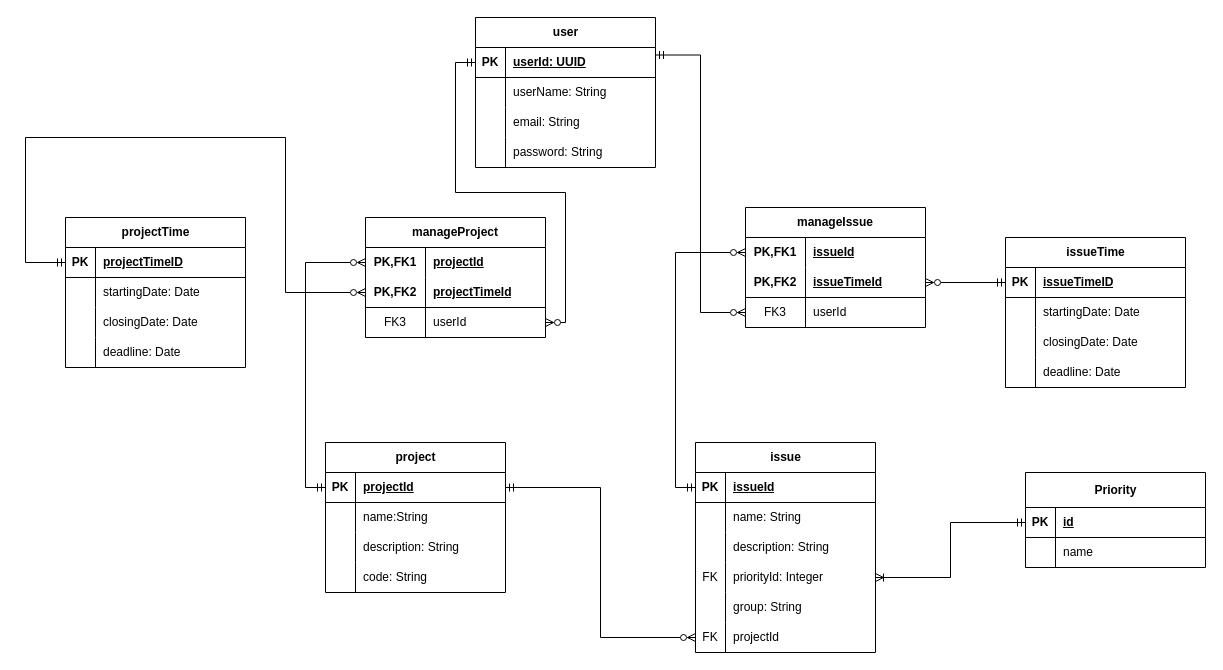
Above: images/schema.drawio in andrevier/issue_tracker (draw.io), before the change. Source tidied: cells renumbered, new cells numbered last; positions are measured from the earlier drawing's top-left corner, leaving out a move shared by most shapes. Both pictures are drawn from the tidied source at 100%, with x=0, y=0 at pixel (25, 17).
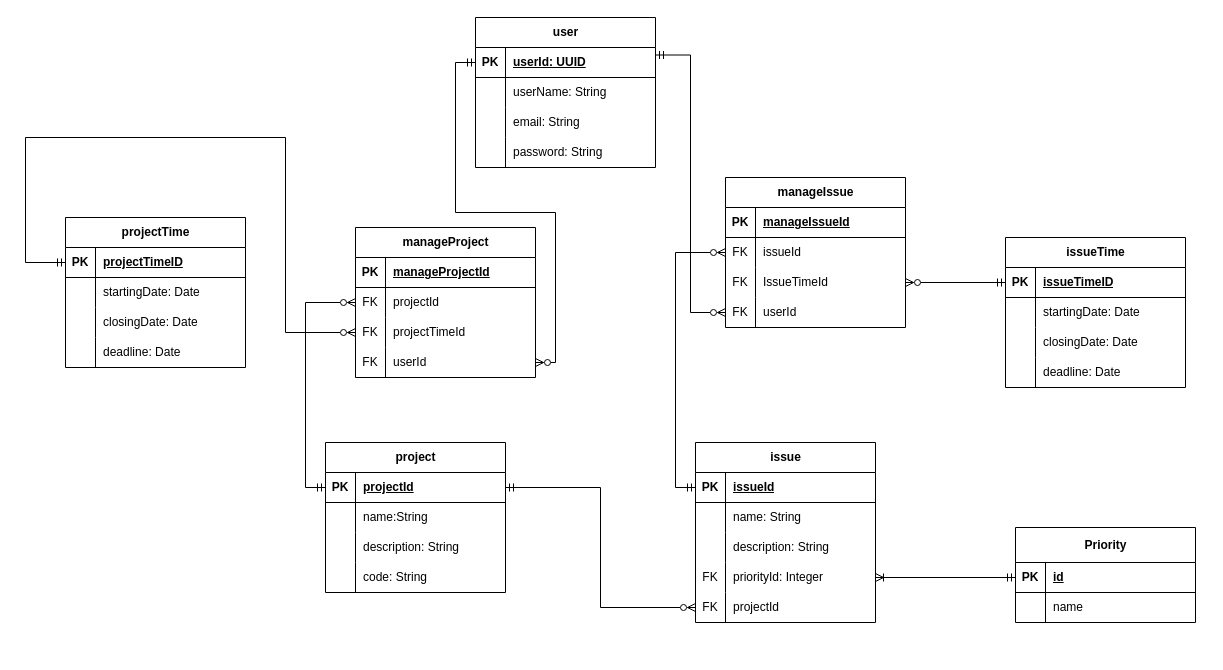
Above is the later version.

The change refers to these unchanged cells:
```xml
<mxCell id="2" value="user" style="shape=table;startSize=30;childLayout=tableLayout;rowLines=0;fontStyle=1;align=center;html=1;" parent="1" vertex="1">
  <mxGeometry x="450" width="180" height="150" as="geometry" />
</mxCell>
<mxCell id="3" style="shape=tableRow;horizontal=0;startSize=0;swimlaneHead=0;swimlaneBody=0;fillColor=none;points=[[0,0.5],[1,0.5]];portConstraint=eastwest;top=0;left=0;right=0;bottom=1;" parent="2" vertex="1">
  <mxGeometry y="30" width="180" height="30" as="geometry" />
</mxCell>
<mxCell id="16" style="shape=tableRow;horizontal=0;startSize=0;swimlaneHead=0;swimlaneBody=0;fillColor=none;points=[[0,0.5],[1,0.5]];portConstraint=eastwest;top=0;left=0;right=0;bottom=1;" parent="15" vertex="1">
  <mxGeometry y="30" width="180" height="30" as="geometry" />
</mxCell>
<mxCell id="29" style="shape=tableRow;horizontal=0;startSize=0;swimlaneHead=0;swimlaneBody=0;fillColor=none;points=[[0,0.5],[1,0.5]];portConstraint=eastwest;top=0;left=0;right=0;bottom=1;" parent="28" vertex="1">
  <mxGeometry y="30" width="180" height="30" as="geometry" />
</mxCell>
<mxCell id="48" style="shape=tableRow;horizontal=0;startSize=0;swimlaneHead=0;swimlaneBody=0;fillColor=none;points=[[0,0.5],[1,0.5]];portConstraint=eastwest;top=0;left=0;right=0;bottom=1;" parent="47" vertex="1">
  <mxGeometry y="30" width="180" height="30" as="geometry" />
</mxCell>
<mxCell id="61" style="shape=tableRow;horizontal=0;startSize=0;swimlaneHead=0;swimlaneBody=0;fillColor=none;points=[[0,0.5],[1,0.5]];portConstraint=eastwest;top=0;left=0;right=0;bottom=1;" parent="60" vertex="1">
  <mxGeometry y="30" width="180" height="30" as="geometry" />
</mxCell>
```

Change to the diagram source:
```diff
@@
     <mxCell id="28" value="issue" style="shape=table;startSize=30;childLayout=tableLayout;rowLines=0;fontStyle=1;align=center;html=1;" parent="1" vertex="1">
-      <mxGeometry x="670" y="425" width="180" height="210" as="geometry" />
+      <mxGeometry x="670" y="425" width="180" height="180" as="geometry" />
     </mxCell>
@@
-    <mxCell id="41" style="shape=tableRow;horizontal=0;startSize=0;swimlaneHead=0;swimlaneBody=0;fillColor=none;top=0;left=0;right=0;bottom=0;" parent="28" vertex="1">
-      <mxGeometry y="150" width="180" height="30" as="geometry" />
-    </mxCell>
-    <mxCell id="42" style="shape=partialRectangle;fillColor=none;top=0;left=0;bottom=0;right=0;overflow=hidden;whiteSpace=wrap;html=1;" parent="41" vertex="1">
-      <mxGeometry width="30" height="30" as="geometry" />
-    </mxCell>
-    <mxCell id="43" value="group: String" style="shape=partialRectangle;fillColor=none;top=0;left=0;bottom=0;right=0;align=left;spacingLeft=6;overflow=hidden;whiteSpace=wrap;html=1;" parent="41" vertex="1">
-      <mxGeometry x="30" width="150" height="30" as="geometry" />
-    </mxCell>
     <mxCell id="44" style="shape=tableRow;horizontal=0;startSize=0;swimlaneHead=0;swimlaneBody=0;fillColor=none;points=[[0,0.5],[1,0.5]];portConstraint=eastwest;top=0;left=0;right=0;bottom=0;" parent="28" vertex="1">
-      <mxGeometry y="180" width="180" height="30" as="geometry" />
+      <mxGeometry y="150" width="180" height="30" as="geometry" />
     </mxCell>
@@
-    <mxCell id="74" value="manageIssue" style="shape=table;startSize=30;childLayout=tableLayout;rowLines=0;fontStyle=1;align=center;html=1;whiteSpace=wrap;" parent="1" vertex="1">
-      <mxGeometry x="720" y="190" width="180" height="120" as="geometry" />
-    </mxCell>
-    <mxCell id="75" style="shape=tableRow;horizontal=0;startSize=0;swimlaneHead=0;swimlaneBody=0;fillColor=none;points=[[0,0.5],[1,0.5]];portConstraint=eastwest;top=0;left=0;right=0;bottom=0;html=1;" parent="74" vertex="1">
-      <mxGeometry y="30" width="180" height="30" as="geometry" />
-    </mxCell>
-    <mxCell id="76" value="PK,FK1" style="shape=partialRectangle;fillColor=none;top=0;left=0;bottom=0;right=0;fontStyle=1;overflow=hidden;html=1;whiteSpace=wrap;" parent="75" vertex="1">
-      <mxGeometry width="60" height="30" as="geometry" />
-    </mxCell>
-    <mxCell id="77" value="issueId" style="shape=partialRectangle;fillColor=none;top=0;left=0;bottom=0;right=0;align=left;spacingLeft=6;fontStyle=5;overflow=hidden;html=1;whiteSpace=wrap;" parent="75" vertex="1">
-      <mxGeometry x="60" width="120" height="30" as="geometry" />
-    </mxCell>
-    <mxCell id="78" style="shape=tableRow;horizontal=0;startSize=0;swimlaneHead=0;swimlaneBody=0;fillColor=none;points=[[0,0.5],[1,0.5]];portConstraint=eastwest;top=0;left=0;right=0;bottom=1;html=1;" parent="74" vertex="1">
-      <mxGeometry y="60" width="180" height="30" as="geometry" />
-    </mxCell>
-    <mxCell id="79" value="PK,FK2" style="shape=partialRectangle;fillColor=none;top=0;left=0;bottom=0;right=0;fontStyle=1;overflow=hidden;html=1;whiteSpace=wrap;" parent="78" vertex="1">
-      <mxGeometry width="60" height="30" as="geometry" />
-    </mxCell>
-    <mxCell id="80" value="issueTimeId" style="shape=partialRectangle;fillColor=none;top=0;left=0;bottom=0;right=0;align=left;spacingLeft=6;fontStyle=5;overflow=hidden;html=1;whiteSpace=wrap;" parent="78" vertex="1">
-      <mxGeometry x="60" width="120" height="30" as="geometry" />
-    </mxCell>
-    <mxCell id="81" style="shape=tableRow;horizontal=0;startSize=0;swimlaneHead=0;swimlaneBody=0;fillColor=none;points=[[0,0.5],[1,0.5]];portConstraint=eastwest;top=0;left=0;right=0;bottom=0;html=1;" parent="74" vertex="1">
-      <mxGeometry y="90" width="180" height="30" as="geometry" />
-    </mxCell>
-    <mxCell id="82" value="FK3" style="shape=partialRectangle;fillColor=none;top=0;left=0;bottom=0;right=0;overflow=hidden;html=1;whiteSpace=wrap;" parent="81" vertex="1">
-      <mxGeometry width="60" height="30" as="geometry" />
-    </mxCell>
-    <mxCell id="83" value="userId" style="shape=partialRectangle;fillColor=none;top=0;left=0;bottom=0;right=0;align=left;spacingLeft=6;overflow=hidden;html=1;whiteSpace=wrap;" parent="81" vertex="1">
-      <mxGeometry x="60" width="120" height="30" as="geometry" />
-    </mxCell>
-    <mxCell id="84" style="edgeStyle=orthogonalEdgeStyle;rounded=0;jettySize=auto;html=1;endArrow=ERmandOne;endFill=0;startArrow=ERzeroToMany;startFill=0;" parent="1" edge="1" source="78" target="48">
+    <mxCell id="84" style="edgeStyle=orthogonalEdgeStyle;rounded=0;jettySize=auto;html=1;endArrow=ERmandOne;endFill=0;startArrow=ERzeroToMany;startFill=0;exitX=1;exitY=0.5;exitDx=0;exitDy=0;" parent="1" edge="1" source="123" target="48">
       <mxGeometry relative="1" as="geometry" />
     </mxCell>
-    <mxCell id="85" style="edgeStyle=orthogonalEdgeStyle;rounded=0;jettySize=auto;html=1;entryX=0;entryY=0.5;entryDx=0;entryDy=0;endArrow=ERmandOne;endFill=0;startArrow=ERzeroToMany;startFill=0;" parent="1" edge="1" source="75" target="29">
+    <mxCell id="85" style="edgeStyle=orthogonalEdgeStyle;rounded=0;jettySize=auto;html=1;entryX=0;entryY=0.5;entryDx=0;entryDy=0;endArrow=ERmandOne;endFill=0;startArrow=ERzeroToMany;startFill=0;" parent="1" edge="1" source="121" target="29">
       <mxGeometry relative="1" as="geometry" />
     </mxCell>
-    <mxCell id="86" style="edgeStyle=orthogonalEdgeStyle;rounded=0;jettySize=auto;html=1;entryX=1;entryY=0.25;entryDx=0;entryDy=0;endArrow=ERmandOne;endFill=0;startArrow=ERzeroToMany;startFill=0;" parent="1" edge="1" source="81" target="2">
+    <mxCell id="86" style="edgeStyle=orthogonalEdgeStyle;rounded=0;jettySize=auto;html=1;entryX=1;entryY=0.25;entryDx=0;entryDy=0;endArrow=ERmandOne;endFill=0;startArrow=ERzeroToMany;startFill=0;exitX=0;exitY=0.5;exitDx=0;exitDy=0;" parent="1" edge="1" source="126" target="2">
       <mxGeometry relative="1" as="geometry" />
     </mxCell>
-    <mxCell id="87" value="manageProject" style="shape=table;startSize=30;childLayout=tableLayout;rowLines=0;fontStyle=1;align=center;html=1;whiteSpace=wrap;" parent="1" vertex="1">
-      <mxGeometry x="340" y="200" width="180" height="120" as="geometry" />
-    </mxCell>
-    <mxCell id="88" style="shape=tableRow;horizontal=0;startSize=0;swimlaneHead=0;swimlaneBody=0;fillColor=none;points=[[0,0.5],[1,0.5]];portConstraint=eastwest;top=0;left=0;right=0;bottom=0;html=1;" parent="87" vertex="1">
-      <mxGeometry y="30" width="180" height="30" as="geometry" />
-    </mxCell>
-    <mxCell id="89" value="PK,FK1" style="shape=partialRectangle;fillColor=none;top=0;left=0;bottom=0;right=0;fontStyle=1;overflow=hidden;html=1;whiteSpace=wrap;" parent="88" vertex="1">
-      <mxGeometry width="60" height="30" as="geometry" />
-    </mxCell>
-    <mxCell id="90" value="projectId" style="shape=partialRectangle;fillColor=none;top=0;left=0;bottom=0;right=0;align=left;spacingLeft=6;fontStyle=5;overflow=hidden;html=1;whiteSpace=wrap;" parent="88" vertex="1">
-      <mxGeometry x="60" width="120" height="30" as="geometry" />
-    </mxCell>
-    <mxCell id="91" style="shape=tableRow;horizontal=0;startSize=0;swimlaneHead=0;swimlaneBody=0;fillColor=none;points=[[0,0.5],[1,0.5]];portConstraint=eastwest;top=0;left=0;right=0;bottom=1;html=1;" parent="87" vertex="1">
-      <mxGeometry y="60" width="180" height="30" as="geometry" />
-    </mxCell>
-    <mxCell id="92" value="PK,FK2" style="shape=partialRectangle;fillColor=none;top=0;left=0;bottom=0;right=0;fontStyle=1;overflow=hidden;html=1;whiteSpace=wrap;" parent="91" vertex="1">
-      <mxGeometry width="60" height="30" as="geometry" />
-    </mxCell>
-    <mxCell id="93" value="projectTimeId" style="shape=partialRectangle;fillColor=none;top=0;left=0;bottom=0;right=0;align=left;spacingLeft=6;fontStyle=5;overflow=hidden;html=1;whiteSpace=wrap;" parent="91" vertex="1">
-      <mxGeometry x="60" width="120" height="30" as="geometry" />
-    </mxCell>
-    <mxCell id="94" style="shape=tableRow;horizontal=0;startSize=0;swimlaneHead=0;swimlaneBody=0;fillColor=none;points=[[0,0.5],[1,0.5]];portConstraint=eastwest;top=0;left=0;right=0;bottom=0;html=1;" parent="87" vertex="1">
-      <mxGeometry y="90" width="180" height="30" as="geometry" />
-    </mxCell>
-    <mxCell id="95" value="FK3" style="shape=partialRectangle;fillColor=none;top=0;left=0;bottom=0;right=0;overflow=hidden;html=1;whiteSpace=wrap;" parent="94" vertex="1">
-      <mxGeometry width="60" height="30" as="geometry" />
-    </mxCell>
-    <mxCell id="96" value="userId" style="shape=partialRectangle;fillColor=none;top=0;left=0;bottom=0;right=0;align=left;spacingLeft=6;overflow=hidden;html=1;whiteSpace=wrap;" parent="94" vertex="1">
-      <mxGeometry x="60" width="120" height="30" as="geometry" />
-    </mxCell>
-    <mxCell id="97" style="edgeStyle=orthogonalEdgeStyle;rounded=0;jettySize=auto;html=1;entryX=0;entryY=0.5;entryDx=0;entryDy=0;startArrow=ERzeroToMany;startFill=0;endArrow=ERmandOne;endFill=0;" parent="1" edge="1" source="88" target="16">
+    <mxCell id="97" style="edgeStyle=orthogonalEdgeStyle;rounded=0;jettySize=auto;html=1;entryX=0;entryY=0.5;entryDx=0;entryDy=0;startArrow=ERzeroToMany;startFill=0;endArrow=ERmandOne;endFill=0;exitX=0;exitY=0.5;exitDx=0;exitDy=0;" parent="1" edge="1" source="111" target="16">
       <mxGeometry relative="1" as="geometry" />
     </mxCell>
-    <mxCell id="98" style="edgeStyle=orthogonalEdgeStyle;rounded=0;jettySize=auto;html=1;entryX=0;entryY=0.5;entryDx=0;entryDy=0;startArrow=ERzeroToMany;startFill=0;endArrow=ERmandOne;endFill=0;" parent="1" edge="1" source="91" target="61">
+    <mxCell id="98" style="edgeStyle=orthogonalEdgeStyle;rounded=0;jettySize=auto;html=1;entryX=0;entryY=0.5;entryDx=0;entryDy=0;startArrow=ERzeroToMany;startFill=0;endArrow=ERmandOne;endFill=0;" parent="1" edge="1" source="113" target="61">
       <mxGeometry relative="1" as="geometry">
         <Array as="points">
-          <mxPoint x="260" y="275" />
+          <mxPoint x="260" y="315" />
           <mxPoint x="260" y="120" />
           <mxPoint y="120" />
           <mxPoint y="245" />
         </Array>
       </mxGeometry>
     </mxCell>
-    <mxCell id="99" style="edgeStyle=orthogonalEdgeStyle;rounded=0;jettySize=auto;html=1;entryX=0;entryY=0.5;entryDx=0;entryDy=0;endArrow=ERmandOne;endFill=0;startArrow=ERzeroToMany;startFill=0;" parent="1" edge="1" source="94" target="3">
+    <mxCell id="99" style="edgeStyle=orthogonalEdgeStyle;rounded=0;jettySize=auto;html=1;entryX=0;entryY=0.5;entryDx=0;entryDy=0;endArrow=ERmandOne;endFill=0;startArrow=ERzeroToMany;startFill=0;exitX=1;exitY=0.5;exitDx=0;exitDy=0;" parent="1" edge="1" source="115" target="3">
       <mxGeometry relative="1" as="geometry" />
     </mxCell>
     <mxCell id="100" value="Priority" style="shape=table;startSize=35;childLayout=tableLayout;rowLines=0;fontStyle=1;align=center;html=1;" parent="1" vertex="1">
-      <mxGeometry x="1000" y="455" width="180" height="95" as="geometry" />
+      <mxGeometry x="990" y="510" width="180" height="95" as="geometry" />
     </mxCell>
@@
+    <mxCell id="87" value="manageProject" style="shape=table;startSize=30;childLayout=tableLayout;rowLines=0;fontStyle=1;align=center;html=1;" parent="1" vertex="1">
+      <mxGeometry x="330" y="210" width="180" height="150" as="geometry" />
+    </mxCell>
+    <mxCell id="108" style="shape=tableRow;horizontal=0;startSize=0;swimlaneHead=0;swimlaneBody=0;fillColor=none;top=0;left=0;right=0;bottom=1;" parent="87" vertex="1">
+      <mxGeometry y="30" width="180" height="30" as="geometry" />
+    </mxCell>
+    <mxCell id="109" value="PK" style="shape=partialRectangle;fillColor=none;top=0;left=0;bottom=0;right=0;fontStyle=1;overflow=hidden;whiteSpace=wrap;html=1;" parent="108" vertex="1">
+      <mxGeometry width="30" height="30" as="geometry" />
+    </mxCell>
+    <mxCell id="110" value="manageProjectId" style="shape=partialRectangle;fillColor=none;top=0;left=0;bottom=0;right=0;align=left;spacingLeft=6;fontStyle=5;overflow=hidden;whiteSpace=wrap;html=1;" parent="108" vertex="1">
+      <mxGeometry x="30" width="150" height="30" as="geometry" />
+    </mxCell>
+    <mxCell id="111" style="shape=tableRow;horizontal=0;startSize=0;swimlaneHead=0;swimlaneBody=0;fillColor=none;points=[[0,0.5],[1,0.5]];portConstraint=eastwest;top=0;left=0;right=0;bottom=0;" parent="87" vertex="1">
+      <mxGeometry y="60" width="180" height="30" as="geometry" />
+    </mxCell>
+    <mxCell id="112" value="FK" style="shape=partialRectangle;fillColor=none;top=0;left=0;bottom=0;right=0;overflow=hidden;whiteSpace=wrap;html=1;" parent="111" vertex="1">
+      <mxGeometry width="30" height="30" as="geometry" />
+    </mxCell>
+    <mxCell id="90" value="projectId" style="shape=partialRectangle;fillColor=none;top=0;left=0;bottom=0;right=0;align=left;spacingLeft=6;overflow=hidden;whiteSpace=wrap;html=1;" parent="111" vertex="1">
+      <mxGeometry x="30" width="150" height="30" as="geometry" />
+    </mxCell>
+    <mxCell id="113" style="shape=tableRow;horizontal=0;startSize=0;swimlaneHead=0;swimlaneBody=0;fillColor=none;points=[[0,0.5],[1,0.5]];portConstraint=eastwest;top=0;left=0;right=0;bottom=0;" parent="87" vertex="1">
+      <mxGeometry y="90" width="180" height="30" as="geometry" />
+    </mxCell>
+    <mxCell id="114" value="FK" style="shape=partialRectangle;fillColor=none;top=0;left=0;bottom=0;right=0;overflow=hidden;whiteSpace=wrap;html=1;" parent="113" vertex="1">
+      <mxGeometry width="30" height="30" as="geometry" />
+    </mxCell>
+    <mxCell id="93" value="projectTimeId" style="shape=partialRectangle;fillColor=none;top=0;left=0;bottom=0;right=0;align=left;spacingLeft=6;overflow=hidden;whiteSpace=wrap;html=1;" parent="113" vertex="1">
+      <mxGeometry x="30" width="150" height="30" as="geometry" />
+    </mxCell>
+    <mxCell id="115" style="shape=tableRow;horizontal=0;startSize=0;swimlaneHead=0;swimlaneBody=0;fillColor=none;points=[[0,0.5],[1,0.5]];portConstraint=eastwest;top=0;left=0;right=0;bottom=0;" parent="87" vertex="1">
+      <mxGeometry y="120" width="180" height="30" as="geometry" />
+    </mxCell>
+    <mxCell id="116" value="FK" style="shape=partialRectangle;fillColor=none;top=0;left=0;bottom=0;right=0;overflow=hidden;whiteSpace=wrap;html=1;" parent="115" vertex="1">
+      <mxGeometry width="30" height="30" as="geometry" />
+    </mxCell>
+    <mxCell id="117" value="userId" style="shape=partialRectangle;fillColor=none;top=0;left=0;bottom=0;right=0;align=left;spacingLeft=6;overflow=hidden;whiteSpace=wrap;html=1;" parent="115" vertex="1">
+      <mxGeometry x="30" width="150" height="30" as="geometry" />
+    </mxCell>
+    <mxCell id="74" value="manageIssue" style="shape=table;startSize=30;childLayout=tableLayout;rowLines=0;fontStyle=1;align=center;html=1;" parent="1" vertex="1">
+      <mxGeometry x="700" y="160" width="180" height="150" as="geometry" />
+    </mxCell>
+    <mxCell id="118" style="shape=tableRow;horizontal=0;startSize=0;swimlaneHead=0;swimlaneBody=0;fillColor=none;top=0;left=0;right=0;bottom=1;" parent="74" vertex="1">
+      <mxGeometry y="30" width="180" height="30" as="geometry" />
+    </mxCell>
+    <mxCell id="119" value="PK" style="shape=partialRectangle;fillColor=none;top=0;left=0;bottom=0;right=0;fontStyle=1;overflow=hidden;whiteSpace=wrap;html=1;" parent="118" vertex="1">
+      <mxGeometry width="30" height="30" as="geometry" />
+    </mxCell>
+    <mxCell id="120" value="manageIssueId" style="shape=partialRectangle;fillColor=none;top=0;left=0;bottom=0;right=0;align=left;spacingLeft=6;fontStyle=5;overflow=hidden;whiteSpace=wrap;html=1;" parent="118" vertex="1">
+      <mxGeometry x="30" width="150" height="30" as="geometry" />
+    </mxCell>
+    <mxCell id="121" style="shape=tableRow;horizontal=0;startSize=0;swimlaneHead=0;swimlaneBody=0;fillColor=none;points=[[0,0.5],[1,0.5]];portConstraint=eastwest;top=0;left=0;right=0;bottom=0;" parent="74" vertex="1">
+      <mxGeometry y="60" width="180" height="30" as="geometry" />
+    </mxCell>
+    <mxCell id="122" value="FK" style="shape=partialRectangle;fillColor=none;top=0;left=0;bottom=0;right=0;overflow=hidden;whiteSpace=wrap;html=1;" parent="121" vertex="1">
+      <mxGeometry width="30" height="30" as="geometry" />
+    </mxCell>
+    <mxCell id="77" value="issueId" style="shape=partialRectangle;fillColor=none;top=0;left=0;bottom=0;right=0;align=left;spacingLeft=6;overflow=hidden;whiteSpace=wrap;html=1;" parent="121" vertex="1">
+      <mxGeometry x="30" width="150" height="30" as="geometry" />
+    </mxCell>
+    <mxCell id="123" style="shape=tableRow;horizontal=0;startSize=0;swimlaneHead=0;swimlaneBody=0;fillColor=none;points=[[0,0.5],[1,0.5]];portConstraint=eastwest;top=0;left=0;right=0;bottom=0;" parent="74" vertex="1">
+      <mxGeometry y="90" width="180" height="30" as="geometry" />
+    </mxCell>
+    <mxCell id="124" value="FK" style="shape=partialRectangle;fillColor=none;top=0;left=0;bottom=0;right=0;overflow=hidden;whiteSpace=wrap;html=1;" parent="123" vertex="1">
+      <mxGeometry width="30" height="30" as="geometry" />
+    </mxCell>
+    <mxCell id="125" value="IssueTimeId" style="shape=partialRectangle;fillColor=none;top=0;left=0;bottom=0;right=0;align=left;spacingLeft=6;overflow=hidden;whiteSpace=wrap;html=1;" parent="123" vertex="1">
+      <mxGeometry x="30" width="150" height="30" as="geometry" />
+    </mxCell>
+    <mxCell id="126" style="shape=tableRow;horizontal=0;startSize=0;swimlaneHead=0;swimlaneBody=0;fillColor=none;points=[[0,0.5],[1,0.5]];portConstraint=eastwest;top=0;left=0;right=0;bottom=0;" parent="74" vertex="1">
+      <mxGeometry y="120" width="180" height="30" as="geometry" />
+    </mxCell>
+    <mxCell id="127" value="FK" style="shape=partialRectangle;fillColor=none;top=0;left=0;bottom=0;right=0;overflow=hidden;whiteSpace=wrap;html=1;" parent="126" vertex="1">
+      <mxGeometry width="30" height="30" as="geometry" />
+    </mxCell>
+    <mxCell id="128" value="userId" style="shape=partialRectangle;fillColor=none;top=0;left=0;bottom=0;right=0;align=left;spacingLeft=6;overflow=hidden;whiteSpace=wrap;html=1;" parent="126" vertex="1">
+      <mxGeometry x="30" width="150" height="30" as="geometry" />
+    </mxCell>
```
